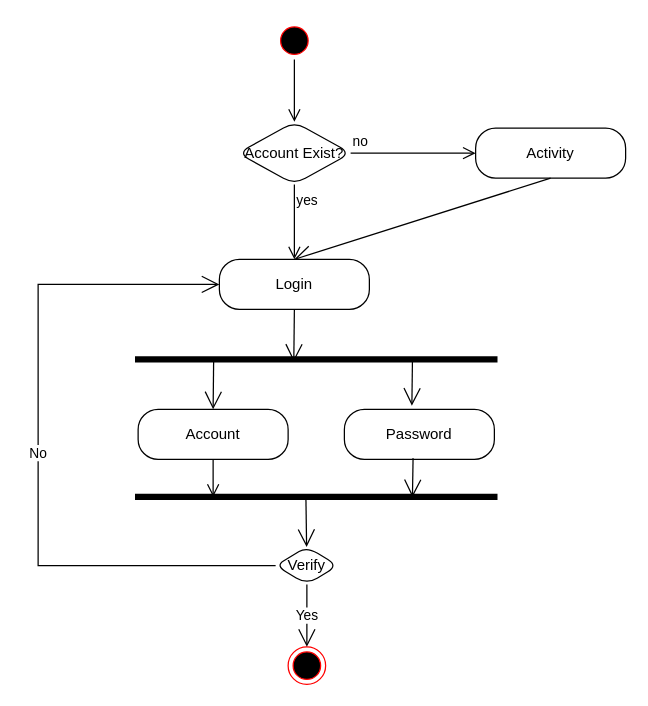
Above: Untitled Diagram.drawio in wkng0/helloworld (draw.io), before the change. Source tidied: cells renumbered, new cells numbered last; positions are measured from the earlier drawing's top-left corner, leaving out a move shared by most shapes. Both pictures are drawn from the tidied source at 125%, with x=0, y=0 at pixel (38, 21).
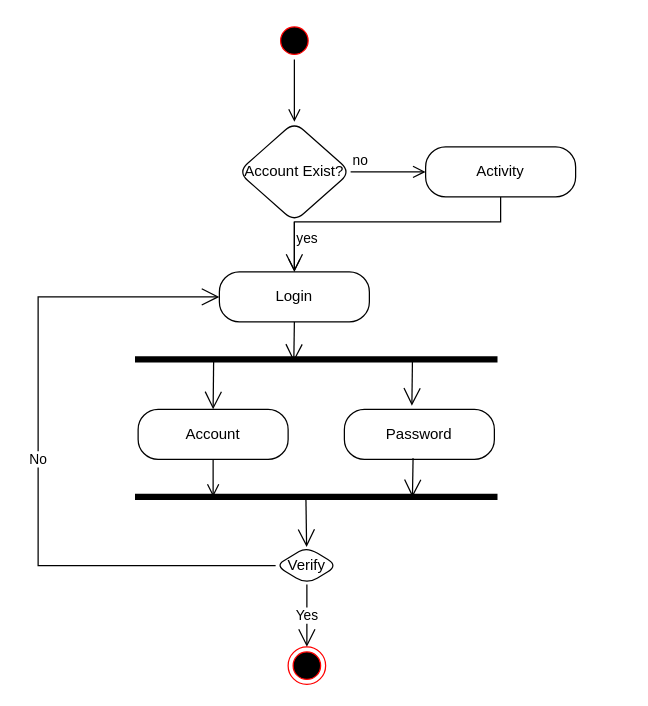
After the change.

Unchanged cells that the change refers to:
```xml
<mxCell id="20" value="Verify" style="rhombus;whiteSpace=wrap;html=1;rounded=1;" parent="1" vertex="1">
  <mxGeometry x="190" y="420" width="50" height="30" as="geometry" />
</mxCell>
```

Change to the diagram source:
```diff
@@
     <mxCell id="4" value="Account Exist?" style="rhombus;whiteSpace=wrap;html=1;rounded=1;" parent="1" vertex="1">
-      <mxGeometry x="160" y="80" width="90" height="50" as="geometry" />
+      <mxGeometry x="160" y="80" width="90" height="80" as="geometry" />
     </mxCell>
@@
-    <mxCell id="6" value="yes" style="edgeStyle=orthogonalEdgeStyle;html=1;align=left;verticalAlign=top;endArrow=open;endSize=8;rounded=0;" parent="1" edge="1" source="4">
-      <mxGeometry x="-1" relative="1" as="geometry">
-        <mxPoint x="205" y="190" as="targetPoint" />
-      </mxGeometry>
+    <mxCell id="6" value="yes" style="edgeStyle=orthogonalEdgeStyle;html=1;align=left;verticalAlign=top;endArrow=open;endSize=8;rounded=0;entryX=0.5;entryY=0;entryDx=0;entryDy=0;" parent="1" edge="1" source="4" target="9">
+      <mxGeometry x="-1" relative="1" as="geometry" />
     </mxCell>
     <mxCell id="7" value="Activity" style="rounded=1;whiteSpace=wrap;html=1;arcSize=40;" parent="1" vertex="1">
-      <mxGeometry x="350" y="85" width="120" height="40" as="geometry" />
+      <mxGeometry x="310" y="100" width="120" height="40" as="geometry" />
     </mxCell>
     <mxCell id="8" style="endArrow=open;endFill=1;endSize=12;html=1;rounded=0;strokeColor=#000000;exitX=0.5;exitY=1;exitDx=0;exitDy=0;entryX=0.5;entryY=0;entryDx=0;entryDy=0;" parent="1" edge="1" source="7" target="9">
-      <mxGeometry relative="1" as="geometry" />
+      <mxGeometry relative="1" as="geometry">
+        <Array as="points">
+          <mxPoint x="370" y="160" />
+          <mxPoint x="205" y="160" />
+        </Array>
+      </mxGeometry>
     </mxCell>
     <mxCell id="9" value="Login" style="rounded=1;whiteSpace=wrap;html=1;arcSize=40;" parent="1" vertex="1">
-      <mxGeometry x="145" y="190" width="120" height="40" as="geometry" />
+      <mxGeometry x="145" y="200" width="120" height="40" as="geometry" />
     </mxCell>
@@
     <mxCell id="23" value="No" style="endArrow=open;endFill=1;endSize=12;html=1;rounded=0;strokeColor=#000000;exitX=0;exitY=0.5;exitDx=0;exitDy=0;entryX=0;entryY=0.5;entryDx=0;entryDy=0;" parent="1" edge="1" source="20" target="9">
       <mxGeometry relative="1" as="geometry">
         <Array as="points">
           <mxPoint y="435" />
-          <mxPoint y="210" />
+          <mxPoint y="220" />
         </Array>
       </mxGeometry>
     </mxCell>
```
